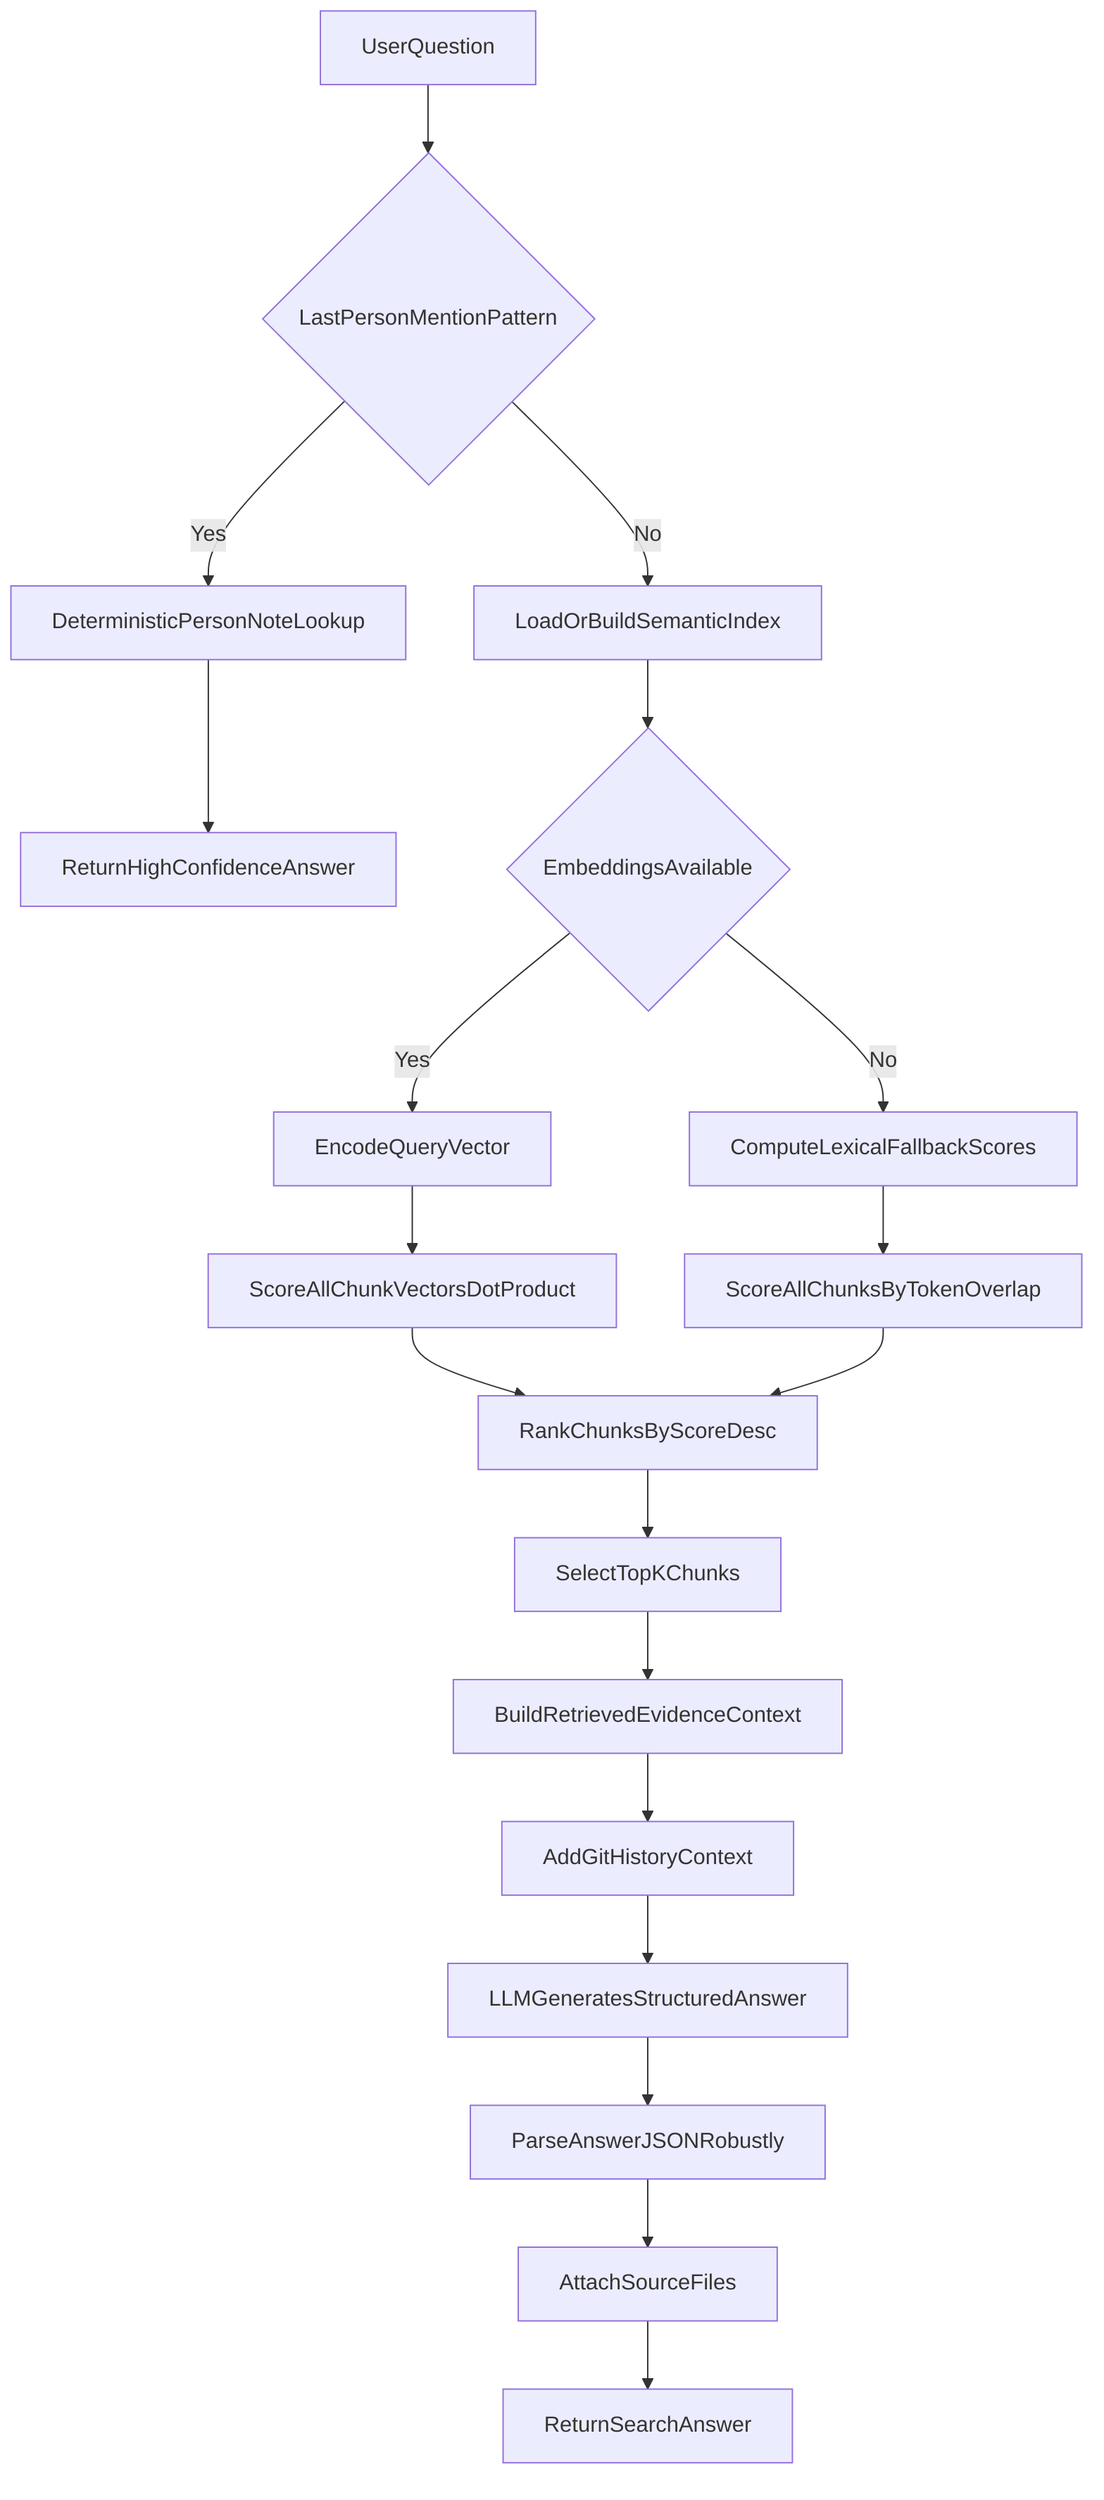
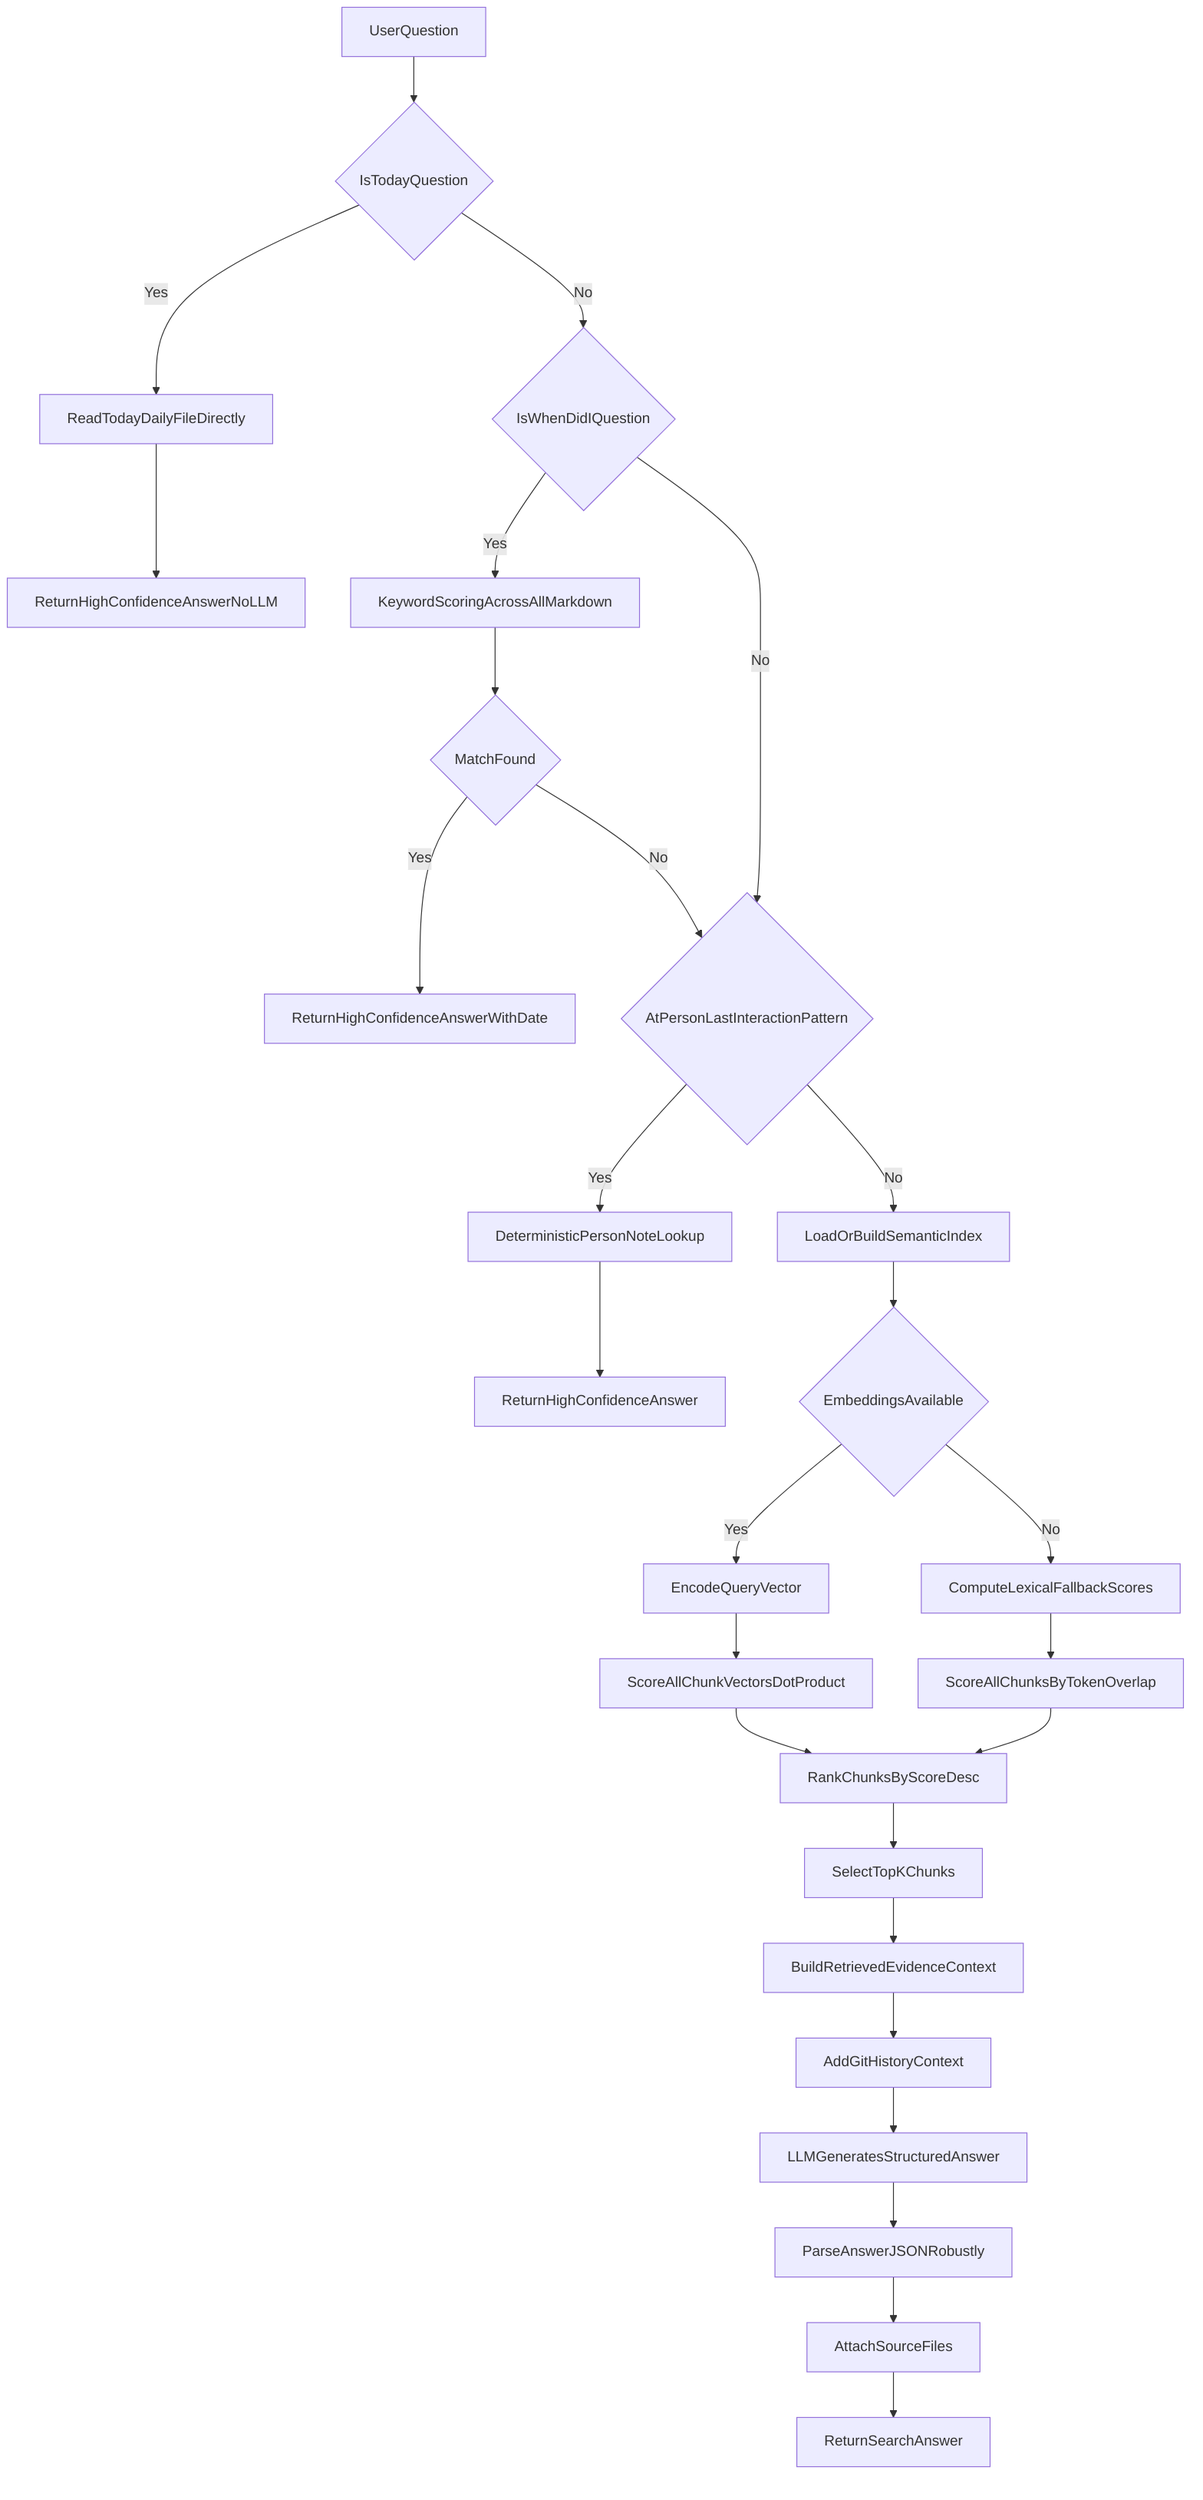
flowchart TD
-   question[UserQuestion] --> fastPathCheck{LastPersonMentionPattern}
-   fastPathCheck -->|Yes| deterministic[DeterministicPersonNoteLookup]
+   question[UserQuestion] --> todayCheck{IsTodayQuestion}
+   todayCheck -->|Yes| readToday[ReadTodayDailyFileDirectly]
+   readToday --> todayAnswer[ReturnHighConfidenceAnswerNoLLM]
+ 
+   todayCheck -->|No| whenCheck{IsWhenDidIQuestion}
+   whenCheck -->|Yes| deterministicWhen[KeywordScoringAcrossAllMarkdown]
+   deterministicWhen --> whenHit{MatchFound}
+   whenHit -->|Yes| whenResult[ReturnHighConfidenceAnswerWithDate]
+   whenHit -->|No| personCheck
+ 
+   whenCheck -->|No| personCheck{AtPersonLastInteractionPattern}
+   personCheck -->|Yes| deterministic[DeterministicPersonNoteLookup]
  deterministic --> detResult[ReturnHighConfidenceAnswer]

-   fastPathCheck -->|No| ragPrep[LoadOrBuildSemanticIndex]
+   personCheck -->|No| ragPrep[LoadOrBuildSemanticIndex]
  ragPrep --> embedReady{EmbeddingsAvailable}
  embedReady -->|Yes| embedQuery[EncodeQueryVector]
  embedReady -->|No| lexical[ComputeLexicalFallbackScores]

  embedQuery --> scoreAll[ScoreAllChunkVectorsDotProduct]
  lexical --> scoreAllLex[ScoreAllChunksByTokenOverlap]
  scoreAll --> rank[RankChunksByScoreDesc]
  scoreAllLex --> rank

  rank --> topk[SelectTopKChunks]
  topk --> context[BuildRetrievedEvidenceContext]
  context --> addGit[AddGitHistoryContext]
  addGit --> llmAnswer[LLMGeneratesStructuredAnswer]
  llmAnswer --> parse[ParseAnswerJSONRobustly]
  parse --> sources[AttachSourceFiles]
  sources --> ragResult[ReturnSearchAnswer]
